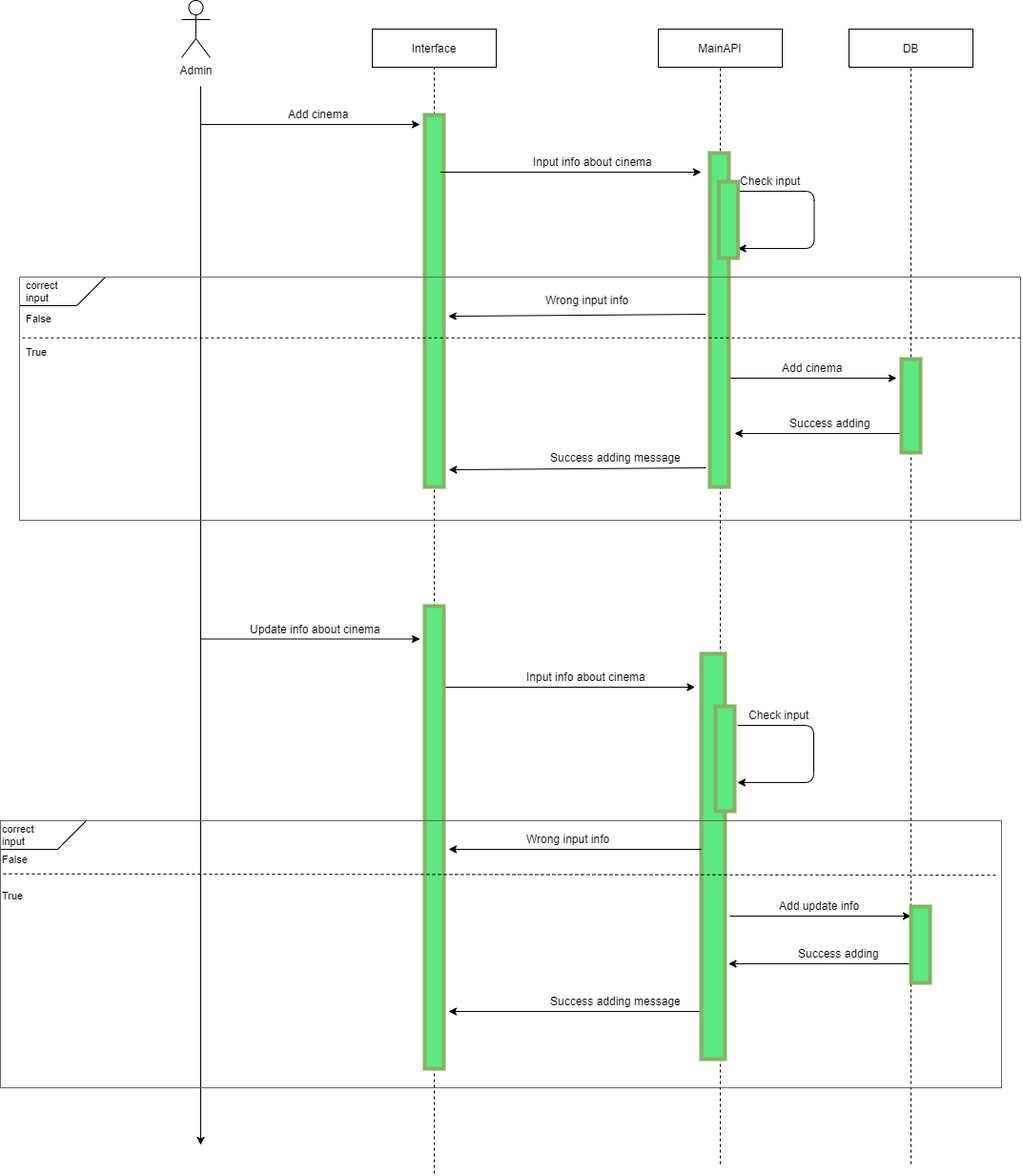
Above: Docs/sequence_diagram_admin2.png in dmegeda/CinemaWeb (draw.io), before the change. Source tidied: cells renumbered, new cells last; positions are measured from the earlier drawing's top-left corner, leaving out a move shared by most shapes.
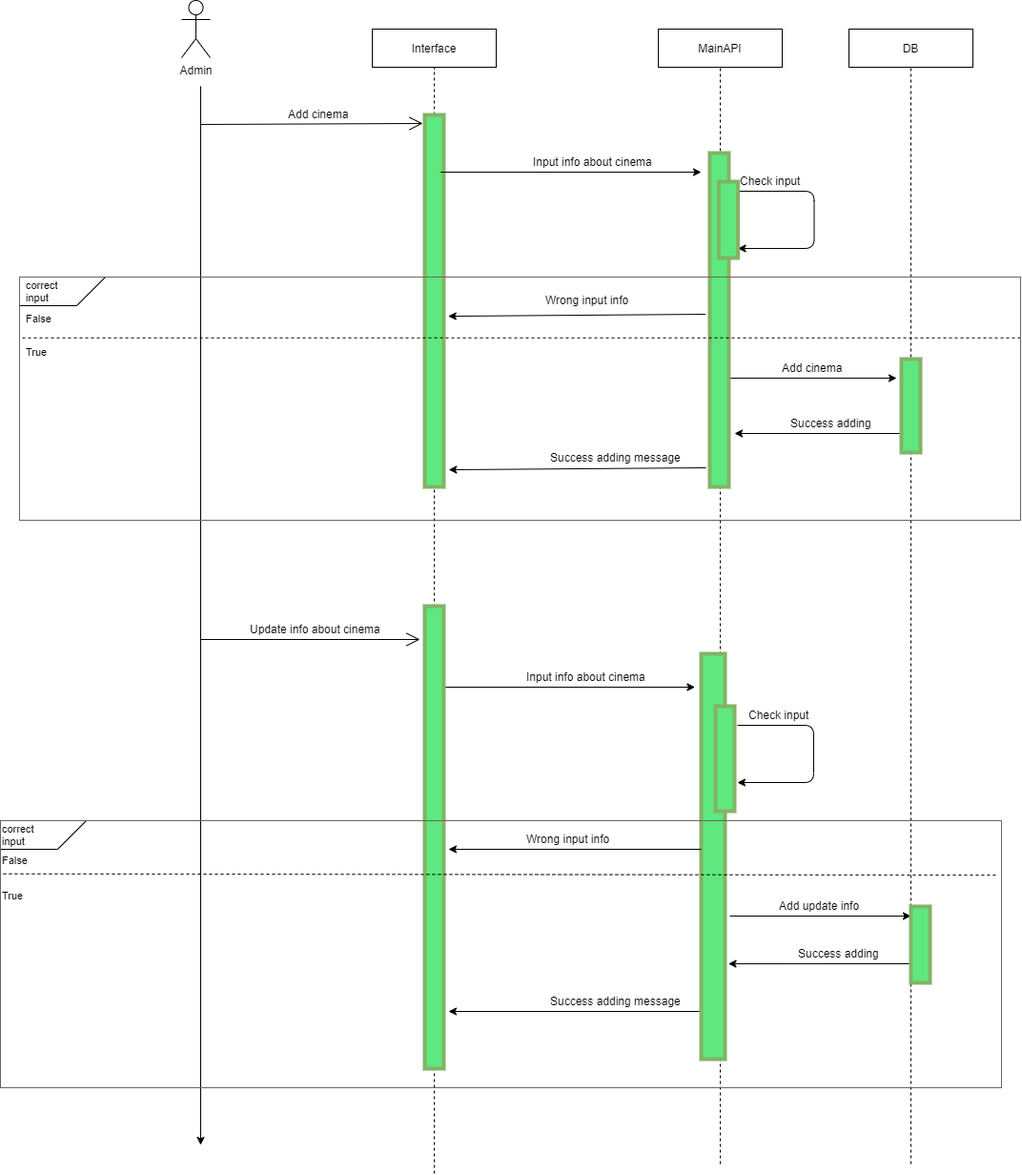
Later version of the same file.

Commit message:
update sequence for admin2

Diff of the diagram source:
```diff
@@ -19,12 +19,6 @@
     <mxCell id="5" value="DB" style="rounded=0;whiteSpace=wrap;html=1;" parent="1" vertex="1">
       <mxGeometry x="890" y="30" width="130" height="40" as="geometry" />
     </mxCell>
-    <mxCell id="6" style="endArrow=classic;html=1;" parent="1" edge="1">
-      <mxGeometry relative="1" as="geometry">
-        <mxPoint x="210" y="130" as="sourcePoint" />
-        <mxPoint x="440" y="130" as="targetPoint" />
-      </mxGeometry>
-    </mxCell>
     <mxCell id="7" value="Add cinema" style="text;html=1;align=left;verticalAlign=top;spacingTop=-4;" parent="1" vertex="1">
       <mxGeometry x="300" y="110" width="80" height="20" as="geometry" />
     </mxCell>
@@ -189,12 +183,6 @@
     <mxCell id="46" style="rounded=0;whiteSpace=wrap;html=1;fillColor=#5FE87F;strokeColor=#82b366;strokeWidth=4;" parent="1" vertex="1">
       <mxGeometry x="445" y="635" width="20" height="485" as="geometry" />
     </mxCell>
-    <mxCell id="47" style="endArrow=classic;html=1;" parent="1" edge="1">
-      <mxGeometry relative="1" as="geometry">
-        <mxPoint x="210" y="669.5" as="sourcePoint" />
-        <mxPoint x="440" y="669.5" as="targetPoint" />
-      </mxGeometry>
-    </mxCell>
     <mxCell id="48" style="rounded=0;whiteSpace=wrap;html=1;fillColor=#5FE87F;strokeColor=#82b366;strokeWidth=4;" parent="1" vertex="1">
       <mxGeometry x="735" y="685" width="25" height="425" as="geometry" />
     </mxCell>
@@ -236,5 +224,16 @@
     <mxCell id="57" style="rounded=0;whiteSpace=wrap;html=1;fillColor=none;strokeColor=#666666;fontColor=#333333;" parent="1" vertex="1">
       <mxGeometry y="860" width="1050" height="280" as="geometry" />
     </mxCell>
+    <mxCell id="58" style="endArrow=open;endFill=1;endSize=12;html=1;entryX=-0.1;entryY=0.023;entryDx=0;entryDy=0;entryPerimeter=0;" parent="1" edge="1" target="40">
+      <mxGeometry relative="1" as="geometry">
+        <mxPoint x="210" y="130" as="sourcePoint" />
+      </mxGeometry>
+    </mxCell>
+    <mxCell id="59" style="endArrow=open;endFill=1;endSize=12;html=1;" parent="1" edge="1">
+      <mxGeometry relative="1" as="geometry">
+        <mxPoint x="210" y="670" as="sourcePoint" />
+        <mxPoint x="440" y="670" as="targetPoint" />
+      </mxGeometry>
+    </mxCell>
   </root>
 </mxGraphModel>
```
